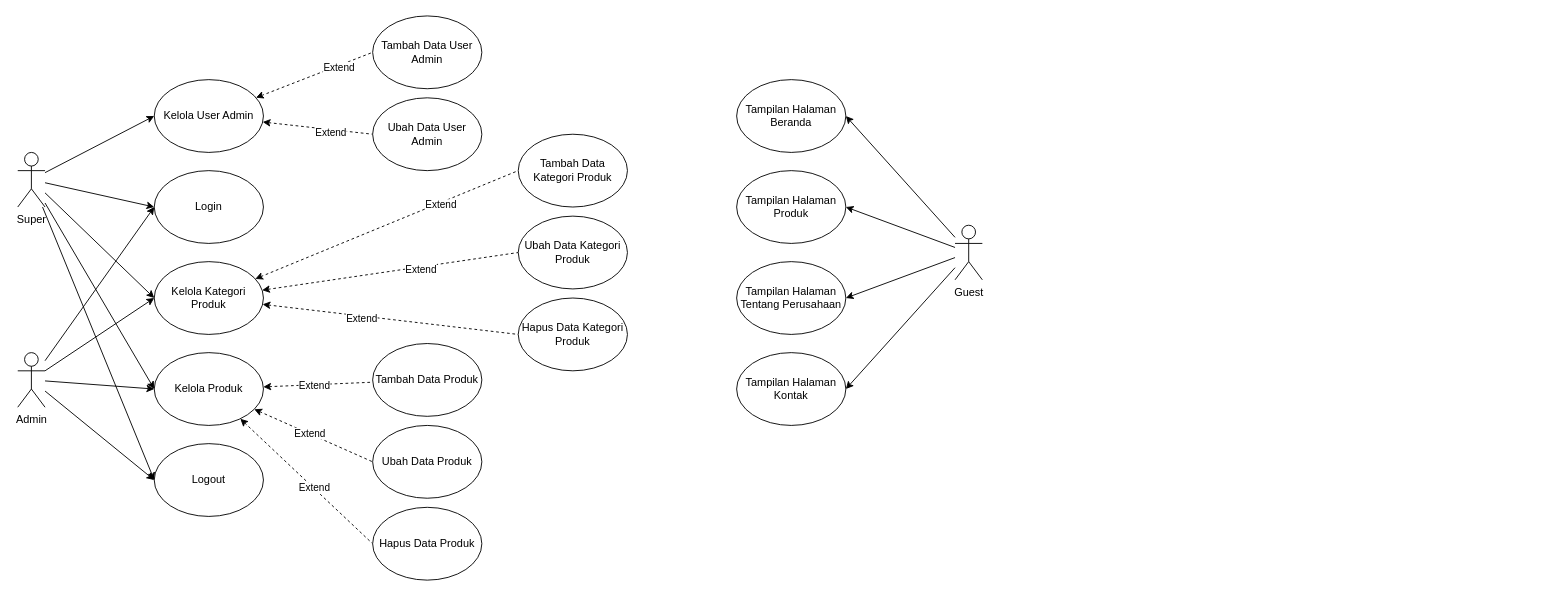
The draw.io diagram Use Case Diagram KP.drawio in brogangin/brogangin-resolusi, before the edit. Source tidied: cells renumbered, new cells numbered last; positions are measured from the earlier drawing's top-left corner, leaving out a move shared by most shapes. Both pictures are drawn from the tidied source at 91%, with x=0, y=0 at pixel (17, 15).
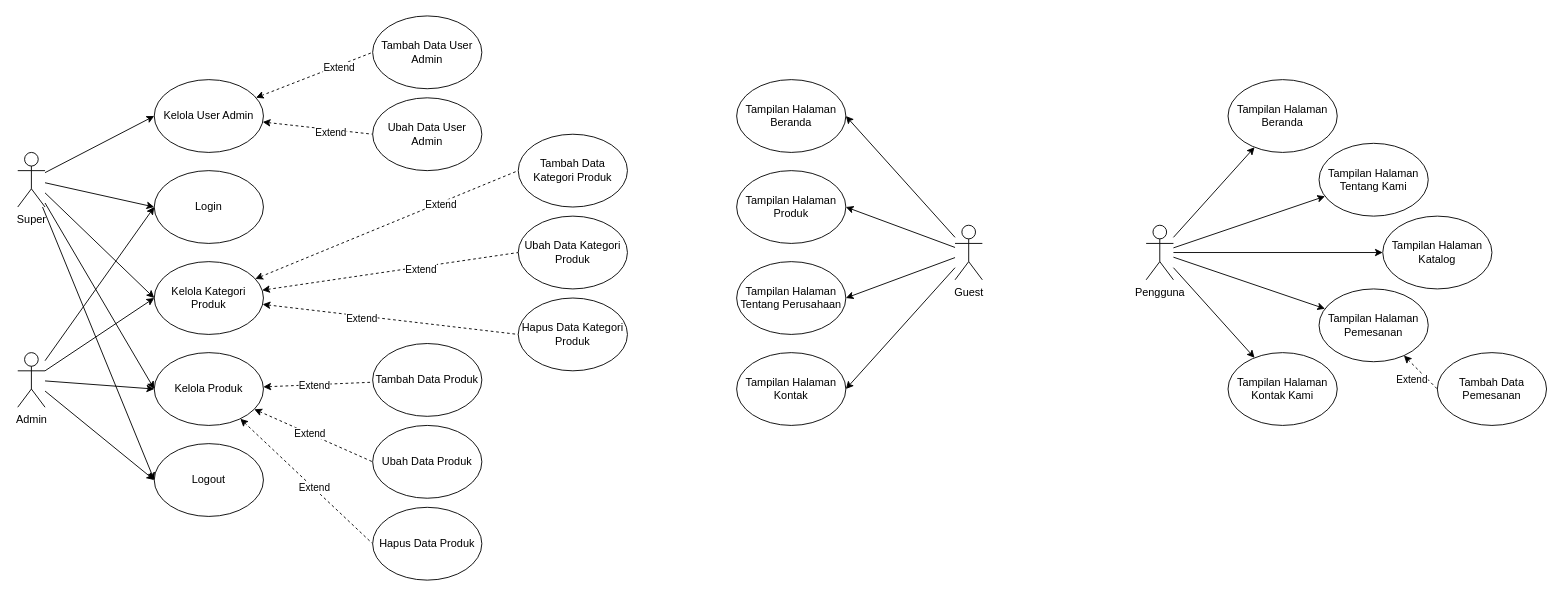
Above is the later version.

Change to the diagram source:
```diff
@@
+    <mxCell id="51" style="rounded=0;jettySize=auto;html=1;" parent="1" edge="1" source="56" target="59">
+      <mxGeometry relative="1" as="geometry" />
+    </mxCell>
+    <mxCell id="52" style="rounded=0;jettySize=auto;html=1;" parent="1" edge="1" source="56" target="58">
+      <mxGeometry relative="1" as="geometry" />
+    </mxCell>
+    <mxCell id="53" style="rounded=0;jettySize=auto;html=1;" parent="1" edge="1" source="56" target="57">
+      <mxGeometry relative="1" as="geometry" />
+    </mxCell>
+    <mxCell id="54" style="rounded=0;jettySize=auto;html=1;" parent="1" edge="1" source="56" target="60">
+      <mxGeometry relative="1" as="geometry" />
+    </mxCell>
+    <mxCell id="55" style="rounded=0;jettySize=auto;html=1;" parent="1" edge="1" source="56" target="61">
+      <mxGeometry relative="1" as="geometry" />
+    </mxCell>
+    <mxCell id="56" value="Pengguna" style="shape=umlActor;verticalLabelPosition=bottom;verticalAlign=top;html=1;" parent="1" vertex="1">
+      <mxGeometry x="1240" y="230" width="30" height="60" as="geometry" />
+    </mxCell>
+    <mxCell id="57" value="Tampilan Halaman Katalog" style="ellipse;whiteSpace=wrap;html=1;" parent="1" vertex="1">
+      <mxGeometry x="1500" y="220" width="120" height="80" as="geometry" />
+    </mxCell>
+    <mxCell id="58" value="Tampilan Halaman Tentang Kami" style="ellipse;whiteSpace=wrap;html=1;" parent="1" vertex="1">
+      <mxGeometry x="1430" y="140" width="120" height="80" as="geometry" />
+    </mxCell>
+    <mxCell id="59" value="Tampilan Halaman Beranda" style="ellipse;whiteSpace=wrap;html=1;" parent="1" vertex="1">
+      <mxGeometry x="1330" y="70" width="120" height="80" as="geometry" />
+    </mxCell>
+    <mxCell id="60" value="Tampilan Halaman Pemesanan" style="ellipse;whiteSpace=wrap;html=1;" parent="1" vertex="1">
+      <mxGeometry x="1430" y="300" width="120" height="80" as="geometry" />
+    </mxCell>
+    <mxCell id="61" value="Tampilan Halaman Kontak Kami" style="ellipse;whiteSpace=wrap;html=1;" parent="1" vertex="1">
+      <mxGeometry x="1330" y="370" width="120" height="80" as="geometry" />
+    </mxCell>
+    <mxCell id="62" style="rounded=0;jettySize=auto;html=1;entryX=0;entryY=0.5;entryDx=0;entryDy=0;dashed=1;endArrow=none;endFill=0;startArrow=classic;startFill=1;" parent="1" edge="1" source="60" target="64">
+      <mxGeometry relative="1" as="geometry" />
+    </mxCell>
+    <mxCell id="63" value="Extend" style="edgeLabel;html=1;align=center;verticalAlign=middle;" parent="62" vertex="1">
+      <mxGeometry x="0.4" y="-2" relative="1" as="geometry">
+        <mxPoint x="-16" y="-1" as="offset" />
+      </mxGeometry>
+    </mxCell>
+    <mxCell id="64" value="Tambah Data Pemesanan" style="ellipse;whiteSpace=wrap;html=1;" parent="1" vertex="1">
+      <mxGeometry x="1560" y="370" width="120" height="80" as="geometry" />
+    </mxCell>
```
